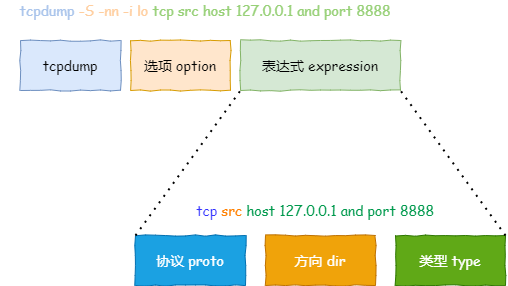
The draw.io diagram TEST.png in aizsfgk/za, before a commit. Source tidied: cells renumbered, new cells last; positions are measured from the earlier drawing's top-left corner, leaving out a move shared by most shapes.
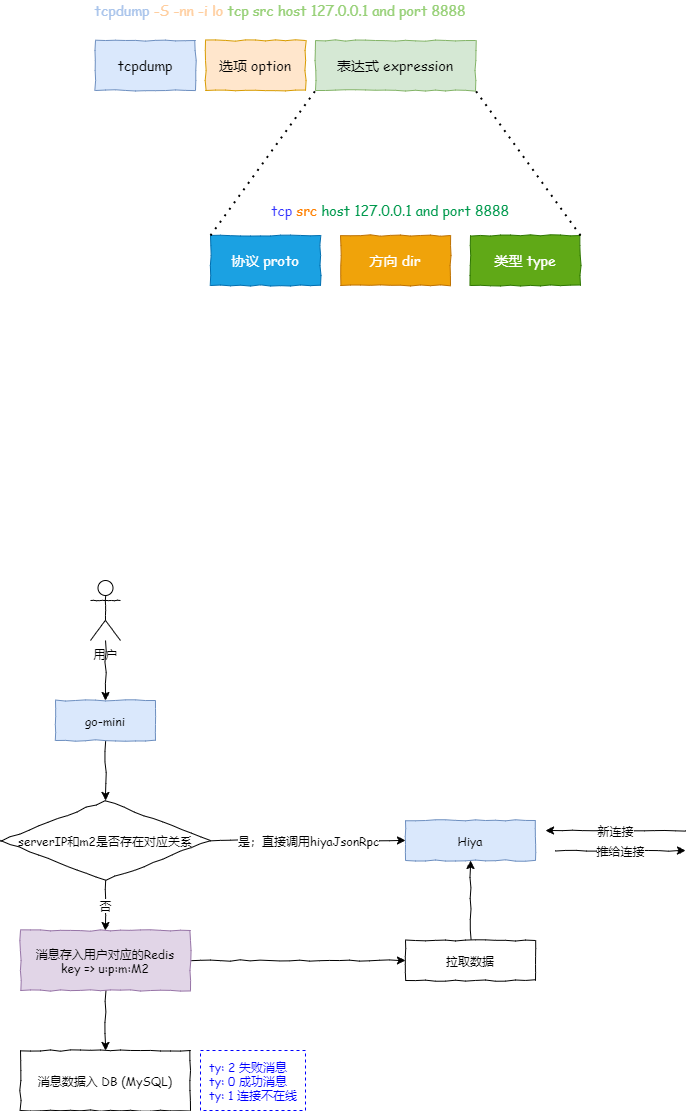
After the commit.

Change to the diagram source:
```diff
@@ -32,5 +32,62 @@
     <mxCell id="11" value="&lt;font color=&quot;#3333ff&quot;&gt;tcp&lt;/font&gt;&lt;span style=&quot;color: rgb(151 , 208 , 119)&quot;&gt; &lt;/span&gt;&lt;font color=&quot;#ff8000&quot;&gt;src&lt;/font&gt;&lt;span style=&quot;color: rgb(151 , 208 , 119)&quot;&gt; &lt;/span&gt;&lt;font color=&quot;#00994d&quot;&gt;host 127.0.0.1 and port 8888&lt;/font&gt;" style="text;html=1;strokeColor=none;fillColor=none;align=center;verticalAlign=middle;whiteSpace=wrap;rounded=0;comic=1;fontFamily=Comic Sans MS;fontSize=14;" parent="1" vertex="1">
       <mxGeometry x="170" y="200" width="290" height="20" as="geometry" />
     </mxCell>
+    <mxCell id="12" value="Hiya" style="rounded=0;whiteSpace=wrap;html=1;fontFamily=Comic Sans MS;fillColor=#dae8fc;strokeColor=#6c8ebf;comic=1;" parent="1" vertex="1">
+      <mxGeometry x="330" y="820" width="130" height="40" as="geometry" />
+    </mxCell>
+    <mxCell id="13" style="edgeStyle=orthogonalEdgeStyle;rounded=0;jettySize=auto;html=1;entryX=0.5;entryY=0;entryDx=0;entryDy=0;fontFamily=Comic Sans MS;comic=1;" parent="1" edge="1" source="14" target="19">
+      <mxGeometry relative="1" as="geometry" />
+    </mxCell>
+    <mxCell id="14" value="go-mini" style="rounded=0;whiteSpace=wrap;html=1;fontFamily=Comic Sans MS;fillColor=#dae8fc;strokeColor=#6c8ebf;comic=1;" parent="1" vertex="1">
+      <mxGeometry x="-20" y="700" width="100" height="40" as="geometry" />
+    </mxCell>
+    <mxCell id="15" style="edgeStyle=orthogonalEdgeStyle;rounded=0;jettySize=auto;html=1;entryX=0.5;entryY=0;entryDx=0;entryDy=0;fontFamily=Comic Sans MS;comic=1;" parent="1" edge="1" source="16" target="14">
+      <mxGeometry relative="1" as="geometry" />
+    </mxCell>
+    <mxCell id="16" value="用户" style="shape=umlActor;verticalLabelPosition=bottom;verticalAlign=top;html=1;outlineConnect=0;fontFamily=Comic Sans MS;comic=1;" parent="1" vertex="1">
+      <mxGeometry x="15" y="580" width="30" height="60" as="geometry" />
+    </mxCell>
+    <mxCell id="17" value="是；直接调用hiyaJsonRpc" style="edgeStyle=orthogonalEdgeStyle;rounded=0;jettySize=auto;html=1;exitX=1;exitY=0.5;exitDx=0;exitDy=0;entryX=0;entryY=0.5;entryDx=0;entryDy=0;fontFamily=Comic Sans MS;comic=1;" parent="1" edge="1" source="19" target="12">
+      <mxGeometry relative="1" as="geometry" />
+    </mxCell>
+    <mxCell id="18" value="否" style="edgeStyle=orthogonalEdgeStyle;rounded=0;jettySize=auto;html=1;exitX=0.5;exitY=1;exitDx=0;exitDy=0;fontFamily=Comic Sans MS;comic=1;" parent="1" edge="1" source="19" target="22">
+      <mxGeometry relative="1" as="geometry" />
+    </mxCell>
+    <mxCell id="19" value="serverIP和m2是否存在对应关系" style="rhombus;whiteSpace=wrap;html=1;fontFamily=Comic Sans MS;comic=1;" parent="1" vertex="1">
+      <mxGeometry x="-75" y="800" width="210" height="80" as="geometry" />
+    </mxCell>
+    <mxCell id="20" style="edgeStyle=orthogonalEdgeStyle;rounded=0;jettySize=auto;html=1;entryX=0;entryY=0.5;entryDx=0;entryDy=0;fontFamily=Comic Sans MS;comic=1;" parent="1" edge="1" source="22" target="25">
+      <mxGeometry relative="1" as="geometry" />
+    </mxCell>
+    <mxCell id="21" style="edgeStyle=orthogonalEdgeStyle;rounded=0;jettySize=auto;html=1;entryX=0.5;entryY=0;entryDx=0;entryDy=0;fontFamily=Comic Sans MS;comic=1;" parent="1" edge="1" source="22" target="27">
+      <mxGeometry relative="1" as="geometry" />
+    </mxCell>
+    <mxCell id="22" value="消息存入用户对应的Redis&lt;br&gt;key =&amp;gt; u:p:m:M2" style="rounded=0;whiteSpace=wrap;html=1;fontFamily=Comic Sans MS;fillColor=#e1d5e7;strokeColor=#9673a6;comic=1;" parent="1" vertex="1">
+      <mxGeometry x="-55" y="930" width="170" height="60" as="geometry" />
+    </mxCell>
+    <mxCell id="23" value="新连接" style="endArrow=classic;html=1;fontFamily=Comic Sans MS;comic=1;" parent="1" edge="1">
+      <mxGeometry relative="1" as="geometry">
+        <mxPoint x="610" y="830" as="sourcePoint" />
+        <mxPoint x="470" y="830" as="targetPoint" />
+      </mxGeometry>
+    </mxCell>
+    <mxCell id="24" style="edgeStyle=orthogonalEdgeStyle;rounded=0;jettySize=auto;html=1;exitX=0.5;exitY=0;exitDx=0;exitDy=0;entryX=0.5;entryY=1;entryDx=0;entryDy=0;fontFamily=Comic Sans MS;comic=1;" parent="1" edge="1" source="25" target="12">
+      <mxGeometry relative="1" as="geometry" />
+    </mxCell>
+    <mxCell id="25" value="拉取数据" style="rounded=0;whiteSpace=wrap;html=1;fontFamily=Comic Sans MS;comic=1;" parent="1" vertex="1">
+      <mxGeometry x="330" y="940" width="130" height="40" as="geometry" />
+    </mxCell>
+    <mxCell id="26" value="推给连接" style="endArrow=classic;html=1;fontFamily=Comic Sans MS;comic=1;" parent="1" edge="1">
+      <mxGeometry relative="1" as="geometry">
+        <mxPoint x="480" y="850" as="sourcePoint" />
+        <mxPoint x="610" y="850" as="targetPoint" />
+      </mxGeometry>
+    </mxCell>
+    <mxCell id="27" value="消息数据入 DB (MySQL)" style="rounded=0;whiteSpace=wrap;html=1;fontFamily=Comic Sans MS;comic=1;" parent="1" vertex="1">
+      <mxGeometry x="-55" y="1050" width="170" height="60" as="geometry" />
+    </mxCell>
+    <mxCell id="28" value="ty: 2 失败消息&lt;br&gt;ty: 0 成功消息&lt;br&gt;ty: 1 连接不在线" style="text;html=1;fillColor=none;align=left;verticalAlign=middle;whiteSpace=wrap;rounded=0;fontFamily=Comic Sans MS;dashed=1;perimeterSpacing=1;strokeColor=#0000FF;fontColor=#0000FF;spacingTop=0;spacing=9;" parent="1" vertex="1">
+      <mxGeometry x="125" y="1050" width="105" height="60" as="geometry" />
+    </mxCell>
   </root>
 </mxGraphModel>
```
